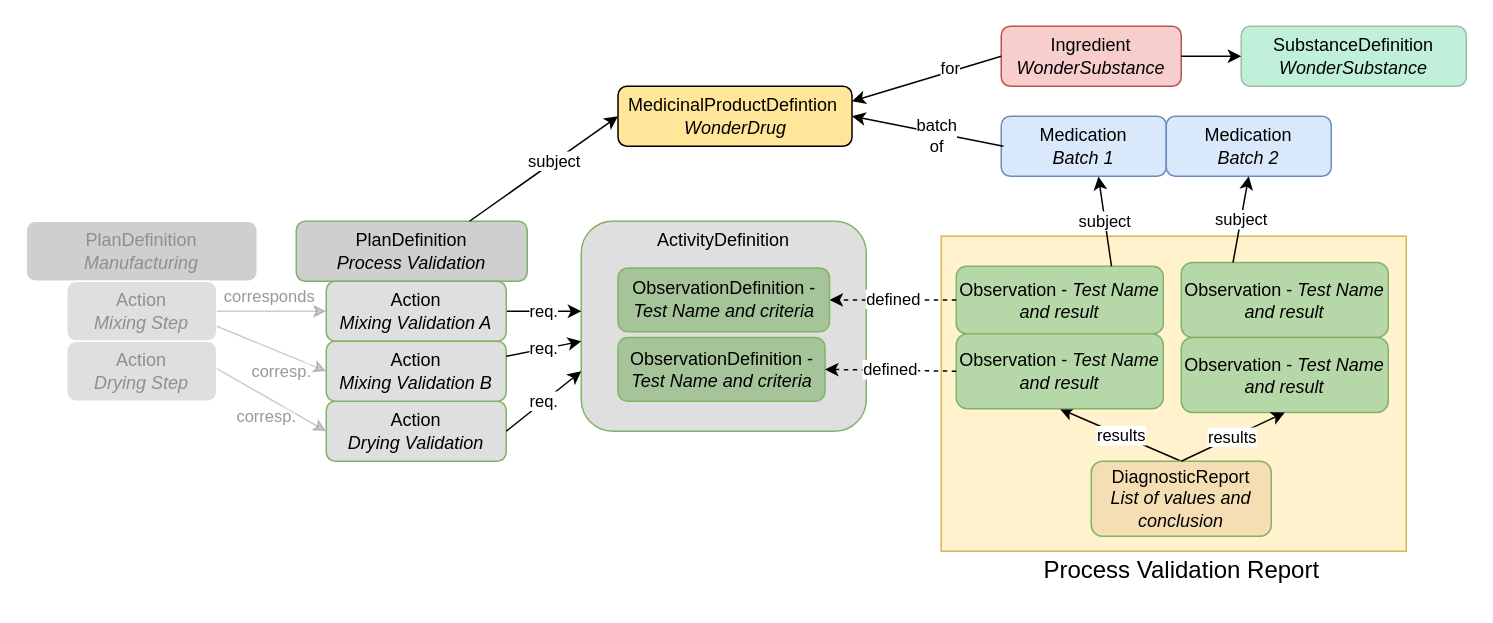
Before: input/images-source/process_validation_FHIR_resources [2023-07-28 Rik].drawio in HL7/uv-dx-pq, a draw.io diagram. Source tidied: cells renumbered, new cells numbered last; positions are measured from the earlier drawing's top-left corner, leaving out a move shared by most shapes. Both pictures are drawn from the tidied source at 150%, with x=0, y=0 at pixel (26, 26).
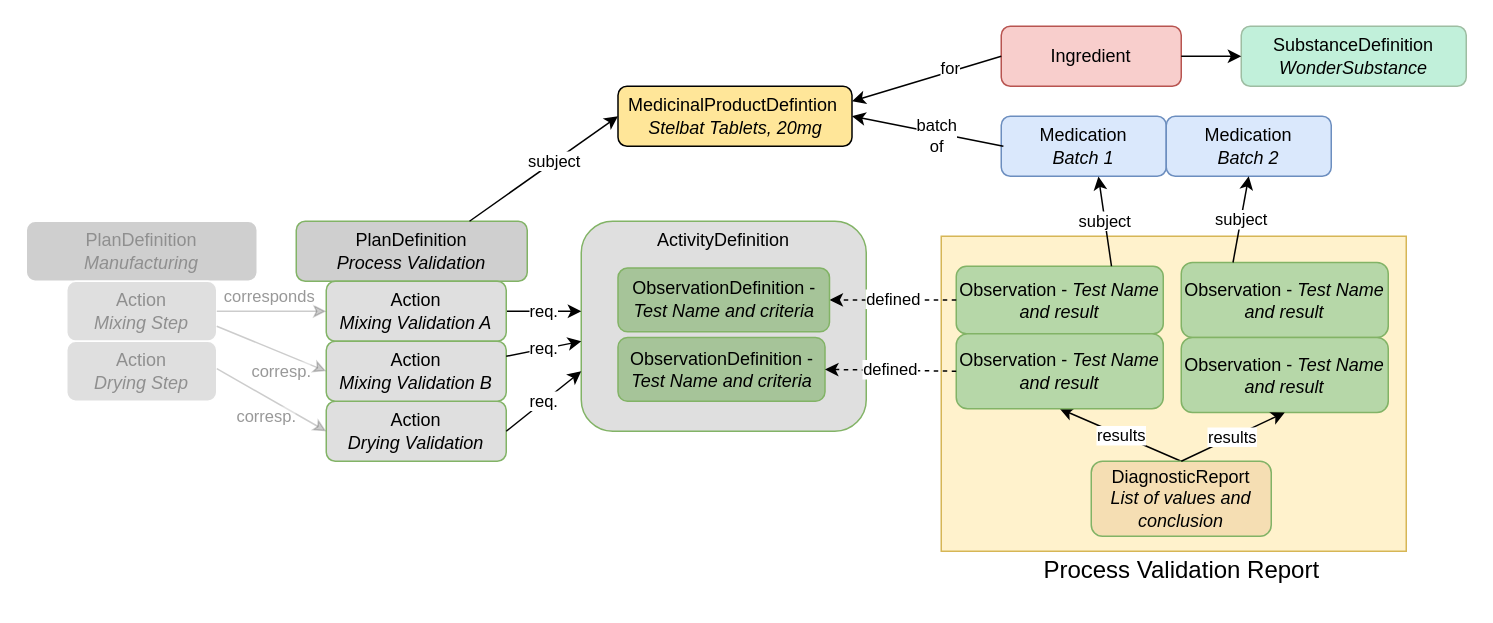
Above is the later version.

The edit, as a diff of the source:
```diff
@@
-    <mxCell id="5" value="MedicinalProductDefintion&amp;nbsp;&lt;br&gt;&lt;i&gt;WonderDrug&lt;/i&gt;" style="rounded=1;whiteSpace=wrap;html=1;fontSize=12;glass=0;strokeWidth=1;shadow=0;fillColor=#ffe699;" parent="1" vertex="1">
+    <mxCell id="5" value="MedicinalProductDefintion&amp;nbsp;&lt;br&gt;&lt;i style=&quot;border-color: var(--border-color);&quot;&gt;Stelbat Tablets, 20mg&lt;/i&gt;" style="rounded=1;whiteSpace=wrap;html=1;fontSize=12;glass=0;strokeWidth=1;shadow=0;fillColor=#ffe699;" parent="1" vertex="1">
       <mxGeometry x="394.5" y="40" width="156" height="40" as="geometry" />
     </mxCell>
@@
-    <mxCell id="28" value="Ingredient&lt;br&gt;&lt;i&gt;WonderSubstance&lt;/i&gt;" style="rounded=1;whiteSpace=wrap;html=1;fontSize=12;glass=0;strokeWidth=1;shadow=0;fillColor=#f8cecc;strokeColor=#b85450;" parent="1" vertex="1">
+    <mxCell id="28" value="Ingredient" style="rounded=1;whiteSpace=wrap;html=1;fontSize=12;glass=0;strokeWidth=1;shadow=0;fillColor=#f8cecc;strokeColor=#b85450;" parent="1" vertex="1">
       <mxGeometry x="650" width="120" height="40" as="geometry" />
     </mxCell>
```
